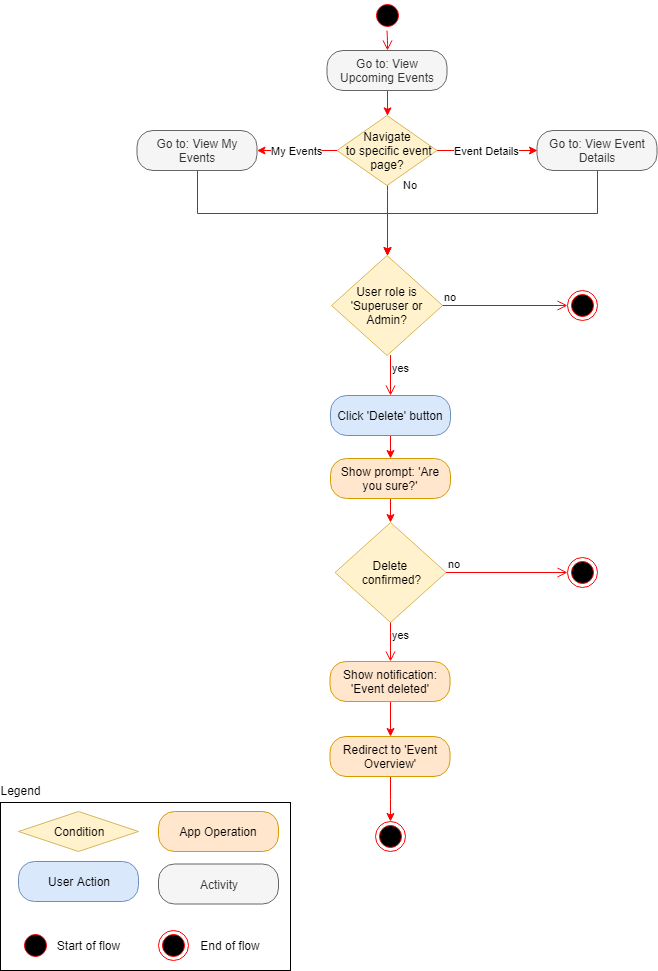
The draw.io diagram Documentation/Diagrams/Activity Diagram/Screenshots/Event Tracker - Activity Diagram - Delete Event.png in Evdes/EventTracker, before a commit. Source tidied: cells renumbered, new cells last; positions are measured from the earlier drawing's top-left corner, leaving out a move shared by most shapes.
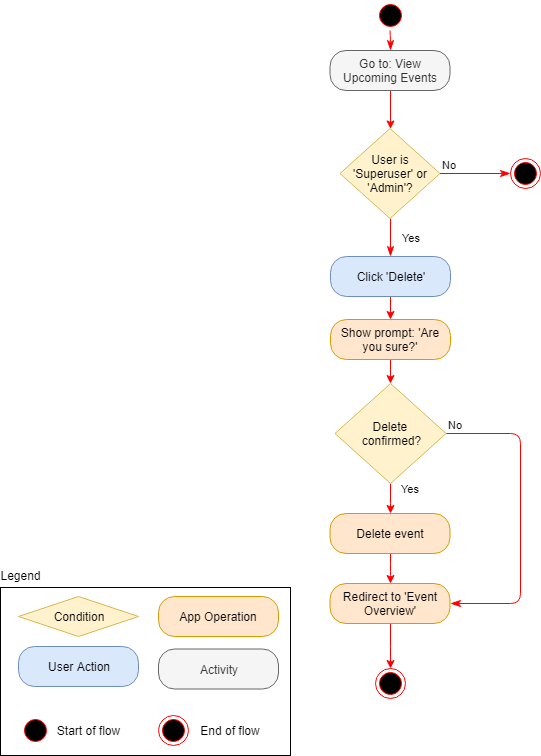
Later version of the same file.

Diff of the diagram source:
```diff
@@ -2,49 +2,45 @@
   <root>
     <mxCell id="0" />
     <mxCell id="1" parent="0" />
-    <mxCell id="2" value="yes" style="edgeStyle=orthogonalEdgeStyle;html=1;align=left;verticalAlign=top;endArrow=open;endSize=8;strokeColor=#ff0000;entryX=0.5;entryY=0;entryDx=0;entryDy=0;" parent="1" edge="1" target="4">
-      <mxGeometry x="-1" relative="1" as="geometry">
-        <mxPoint x="390" y="354.6" as="sourcePoint" />
-      </mxGeometry>
+    <mxCell id="2" value="Yes" style="edgeStyle=orthogonalEdgeStyle;html=1;align=left;verticalAlign=top;endArrow=classicThin;endSize=8;strokeColor=#ff0000;entryX=0.5;entryY=0;entryDx=0;entryDy=0;endFill=1;exitX=0.5;exitY=1;exitDx=0;exitDy=0;" parent="1" edge="1" source="26" target="4">
+      <mxGeometry x="-0.63" y="10" relative="1" as="geometry" />
     </mxCell>
     <mxCell id="3" style="edgeStyle=orthogonalEdgeStyle;rounded=0;jettySize=auto;html=1;strokeColor=#FF0000;" parent="1" edge="1" source="4" target="6">
       <mxGeometry relative="1" as="geometry" />
     </mxCell>
-    <mxCell id="4" value="Click 'Delete' button" style="rounded=1;whiteSpace=wrap;html=1;arcSize=40;fillColor=#dae8fc;strokeColor=#6c8ebf;" parent="1" vertex="1">
-      <mxGeometry x="330" y="395" width="120" height="40" as="geometry" />
+    <mxCell id="4" value="Click 'Delete'" style="rounded=1;whiteSpace=wrap;html=1;arcSize=40;fillColor=#dae8fc;strokeColor=#6c8ebf;" parent="1" vertex="1">
+      <mxGeometry x="330" y="471" width="120" height="40" as="geometry" />
     </mxCell>
     <mxCell id="5" style="edgeStyle=orthogonalEdgeStyle;rounded=0;jettySize=auto;html=1;strokeColor=#FF0000;" parent="1" edge="1" source="6" target="11">
       <mxGeometry relative="1" as="geometry" />
     </mxCell>
     <mxCell id="6" value="Show prompt: 'Are you sure?'" style="rounded=1;whiteSpace=wrap;html=1;arcSize=40;fillColor=#ffe6cc;strokeColor=#d79b00;" parent="1" vertex="1">
-      <mxGeometry x="330" y="458" width="120" height="40" as="geometry" />
+      <mxGeometry x="330" y="534" width="120" height="40" as="geometry" />
     </mxCell>
-    <mxCell id="7" style="edgeStyle=orthogonalEdgeStyle;rounded=0;jettySize=auto;html=1;strokeColor=#FF0000;" parent="1" edge="1" source="8" target="10">
-      <mxGeometry relative="1" as="geometry" />
+    <mxCell id="7" value="Yes" style="edgeStyle=orthogonalEdgeStyle;rounded=0;jettySize=auto;html=1;strokeColor=#FF0000;entryX=0.5;entryY=0;entryDx=0;entryDy=0;" parent="1" edge="1" source="11" target="42">
+      <mxGeometry x="0.05" y="22" relative="1" as="geometry">
+        <mxPoint x="-2" y="-10" as="offset" />
+      </mxGeometry>
     </mxCell>
-    <mxCell id="8" value="Show notification: 'Event deleted'" style="rounded=1;whiteSpace=wrap;html=1;arcSize=40;fillColor=#ffe6cc;strokeColor=#d79b00;" parent="1" vertex="1">
-      <mxGeometry x="329.5" y="661" width="120" height="40" as="geometry" />
-    </mxCell>
     <mxCell id="9" style="edgeStyle=orthogonalEdgeStyle;rounded=0;jettySize=auto;html=1;strokeColor=#FF0000;entryX=0.5;entryY=0;entryDx=0;entryDy=0;" parent="1" edge="1" source="10" target="15">
       <mxGeometry relative="1" as="geometry" />
     </mxCell>
     <mxCell id="10" value="Redirect to 'Event Overview'" style="rounded=1;whiteSpace=wrap;html=1;arcSize=40;fillColor=#ffe6cc;strokeColor=#d79b00;" parent="1" vertex="1">
-      <mxGeometry x="329.5" y="736" width="120" height="40" as="geometry" />
+      <mxGeometry x="329.5" y="798" width="120" height="40" as="geometry" />
     </mxCell>
     <mxCell id="11" value="Delete &lt;br&gt;confirmed?" style="rhombus;whiteSpace=wrap;html=1;fillColor=#fff2cc;strokeColor=#d6b656;" parent="1" vertex="1">
-      <mxGeometry x="334.5" y="522" width="111.1" height="100" as="geometry" />
+      <mxGeometry x="334.5" y="598" width="111.1" height="100" as="geometry" />
     </mxCell>
-    <mxCell id="12" value="no" style="edgeStyle=orthogonalEdgeStyle;html=1;align=left;verticalAlign=bottom;endArrow=open;endSize=8;strokeColor=#ff0000;entryX=0;entryY=0.5;entryDx=0;entryDy=0;" parent="1" edge="1" source="11" target="14">
-      <mxGeometry x="-1" relative="1" as="geometry" />
+    <mxCell id="12" value="No" style="edgeStyle=orthogonalEdgeStyle;html=1;align=left;verticalAlign=bottom;endArrow=classicThin;endSize=8;strokeColor=#ff0000;entryX=1;entryY=0.5;entryDx=0;entryDy=0;endFill=1;exitX=1;exitY=0.5;exitDx=0;exitDy=0;" parent="1" edge="1" source="11" target="10">
+      <mxGeometry x="-1" relative="1" as="geometry">
+        <Array as="points">
+          <mxPoint x="520" y="648" />
+          <mxPoint x="520" y="818" />
+        </Array>
+      </mxGeometry>
     </mxCell>
-    <mxCell id="13" value="yes" style="edgeStyle=orthogonalEdgeStyle;html=1;align=left;verticalAlign=top;endArrow=open;endSize=8;strokeColor=#ff0000;" parent="1" edge="1" source="11" target="8">
-      <mxGeometry x="-1" relative="1" as="geometry" />
-    </mxCell>
-    <mxCell id="14" style="ellipse;html=1;shape=endState;fillColor=#000000;strokeColor=#ff0000;" parent="1" vertex="1">
-      <mxGeometry x="566.5" y="557" width="30" height="30" as="geometry" />
-    </mxCell>
     <mxCell id="15" style="ellipse;html=1;shape=endState;fillColor=#000000;strokeColor=#ff0000;" parent="1" vertex="1">
-      <mxGeometry x="374.5" y="821" width="30" height="30" as="geometry" />
+      <mxGeometry x="374.5" y="883" width="30" height="30" as="geometry" />
     </mxCell>
     <mxCell id="16" style="rounded=0;whiteSpace=wrap;html=1;fillColor=none;" parent="1" vertex="1">
       <mxGeometry y="802" width="290" height="168" as="geometry" />
@@ -76,56 +72,36 @@
     <mxCell id="25" value="End of flow" style="text;html=1;strokeColor=none;fillColor=none;align=center;verticalAlign=middle;whiteSpace=wrap;rounded=0;" parent="1" vertex="1">
       <mxGeometry x="195" y="935" width="70" height="20" as="geometry" />
     </mxCell>
-    <mxCell id="26" value="User role is 'Superuser or Admin?" style="rhombus;whiteSpace=wrap;html=1;fillColor=#fff2cc;strokeColor=#d6b656;" parent="1" vertex="1">
-      <mxGeometry x="331" y="255" width="111.1" height="100" as="geometry" />
+    <mxCell id="26" value="User is 'Superuser' or 'Admin'?" style="rhombus;whiteSpace=wrap;html=1;fillColor=#fff2cc;strokeColor=#d6b656;" parent="1" vertex="1">
+      <mxGeometry x="339.5" y="343" width="100" height="90" as="geometry" />
     </mxCell>
-    <mxCell id="27" value="no" style="edgeStyle=orthogonalEdgeStyle;html=1;align=left;verticalAlign=bottom;endArrow=open;endSize=8;strokeColor=#ff0000;entryX=0;entryY=0.5;entryDx=0;entryDy=0;" parent="1" edge="1" source="26" target="28">
+    <mxCell id="27" value="No" style="edgeStyle=orthogonalEdgeStyle;html=1;align=left;verticalAlign=bottom;endArrow=classicThin;endSize=8;strokeColor=#ff0000;entryX=0;entryY=0.5;entryDx=0;entryDy=0;endFill=1;" parent="1" edge="1" source="26" target="28">
       <mxGeometry x="-1" relative="1" as="geometry" />
     </mxCell>
     <mxCell id="28" style="ellipse;html=1;shape=endState;fillColor=#000000;strokeColor=#ff0000;" parent="1" vertex="1">
-      <mxGeometry x="566.5" y="290" width="30" height="30" as="geometry" />
+      <mxGeometry x="510" y="373" width="30" height="30" as="geometry" />
     </mxCell>
     <mxCell id="29" style="ellipse;html=1;shape=startState;fillColor=#000000;strokeColor=#ff0000;" parent="1" vertex="1">
-      <mxGeometry x="371.5" width="30" height="30" as="geometry" />
+      <mxGeometry x="375" y="215" width="30" height="30" as="geometry" />
     </mxCell>
-    <mxCell id="30" style="edgeStyle=orthogonalEdgeStyle;html=1;verticalAlign=bottom;endArrow=open;endSize=8;strokeColor=#ff0000;entryX=0.5;entryY=0;entryDx=0;entryDy=0;" parent="1" edge="1" source="29" target="32">
-      <mxGeometry relative="1" as="geometry" />
+    <mxCell id="30" style="edgeStyle=orthogonalEdgeStyle;html=1;verticalAlign=bottom;endArrow=classicThin;endSize=8;strokeColor=#ff0000;entryX=0.5;entryY=0;entryDx=0;entryDy=0;endFill=1;" parent="1" edge="1" target="32">
+      <mxGeometry relative="1" as="geometry">
+        <mxPoint x="389.5" y="245" as="sourcePoint" />
+      </mxGeometry>
     </mxCell>
-    <mxCell id="31" style="edgeStyle=orthogonalEdgeStyle;rounded=0;jettySize=auto;html=1;strokeColor=#FF0000;" parent="1" edge="1" source="32" target="40">
+    <mxCell id="31" style="edgeStyle=orthogonalEdgeStyle;rounded=0;jettySize=auto;html=1;strokeColor=#FF0000;" parent="1" edge="1" source="32" target="26">
       <mxGeometry relative="1" as="geometry" />
     </mxCell>
     <mxCell id="32" value="Go to: View Upcoming Events&lt;br&gt;" style="rounded=1;whiteSpace=wrap;html=1;arcSize=40;fontColor=#333333;fillColor=#f5f5f5;strokeColor=#666666;" parent="1" vertex="1">
-      <mxGeometry x="326.5" y="50" width="120" height="40" as="geometry" />
+      <mxGeometry x="329.5" y="265" width="120" height="40" as="geometry" />
     </mxCell>
-    <mxCell id="33" style="edgeStyle=orthogonalEdgeStyle;rounded=0;jettySize=auto;html=1;entryX=0.5;entryY=0;entryDx=0;entryDy=0;strokeColor=#FF0000;exitX=0.5;exitY=1;exitDx=0;exitDy=0;" parent="1" edge="1" source="34" target="26">
-      <mxGeometry relative="1" as="geometry" />
-    </mxCell>
-    <mxCell id="34" value="Go to: View Event Details" style="rounded=1;whiteSpace=wrap;html=1;arcSize=40;fontColor=#333333;fillColor=#f5f5f5;strokeColor=#666666;" parent="1" vertex="1">
-      <mxGeometry x="536.5" y="130" width="120" height="40" as="geometry" />
-    </mxCell>
-    <mxCell id="35" style="edgeStyle=orthogonalEdgeStyle;rounded=0;jettySize=auto;html=1;strokeColor=#FF0000;entryX=0.5;entryY=0;entryDx=0;entryDy=0;exitX=0.5;exitY=1;exitDx=0;exitDy=0;" parent="1" edge="1" source="36" target="26">
-      <mxGeometry relative="1" as="geometry" />
-    </mxCell>
-    <mxCell id="36" value="Go to: View My Events" style="rounded=1;whiteSpace=wrap;html=1;arcSize=40;fontColor=#333333;fillColor=#f5f5f5;strokeColor=#666666;" parent="1" vertex="1">
-      <mxGeometry x="136.5" y="130" width="120" height="40" as="geometry" />
-    </mxCell>
-    <mxCell id="37" value="Event Details" style="edgeStyle=orthogonalEdgeStyle;rounded=0;jettySize=auto;html=1;strokeColor=#FF0000;entryX=0;entryY=0.5;entryDx=0;entryDy=0;" parent="1" edge="1" source="40" target="34">
-      <mxGeometry relative="1" as="geometry" />
-    </mxCell>
-    <mxCell id="38" value="My Events" style="edgeStyle=orthogonalEdgeStyle;rounded=0;jettySize=auto;html=1;strokeColor=#FF0000;" parent="1" edge="1" source="40" target="36">
-      <mxGeometry relative="1" as="geometry" />
-    </mxCell>
-    <mxCell id="39" value="No" style="edgeStyle=orthogonalEdgeStyle;rounded=0;jettySize=auto;html=1;strokeColor=#FF0000;" parent="1" edge="1" source="40" target="26">
-      <mxGeometry x="-0.85" y="24" relative="1" as="geometry">
-        <Array as="points">
-          <mxPoint x="387" y="190" />
-          <mxPoint x="387" y="190" />
-        </Array>
-        <mxPoint x="-1" y="-5" as="offset" />
-      </mxGeometry>
-    </mxCell>
-    <mxCell id="40" value="Navigate&lt;br&gt;&amp;nbsp;to specific event page?" style="rhombus;whiteSpace=wrap;html=1;fillColor=#fff2cc;strokeColor=#d6b656;" parent="1" vertex="1">
-      <mxGeometry x="336.5" y="115" width="100" height="70" as="geometry" />
-    </mxCell>
+    <mxCell id="41" style="edgeStyle=orthogonalEdgeStyle;rounded=1;jettySize=auto;html=1;strokeColor=#FF0000;" parent="1" edge="1" source="42">
+      <mxGeometry relative="1" as="geometry">
+        <mxPoint x="390" y="798" as="targetPoint" />
+      </mxGeometry>
+    </mxCell>
+    <mxCell id="42" value="Delete event" style="rounded=1;whiteSpace=wrap;html=1;arcSize=40;fillColor=#ffe6cc;strokeColor=#d79b00;" parent="1" vertex="1">
+      <mxGeometry x="329.5" y="728" width="120" height="40" as="geometry" />
+    </mxCell>
   </root>
 </mxGraphModel>
```
